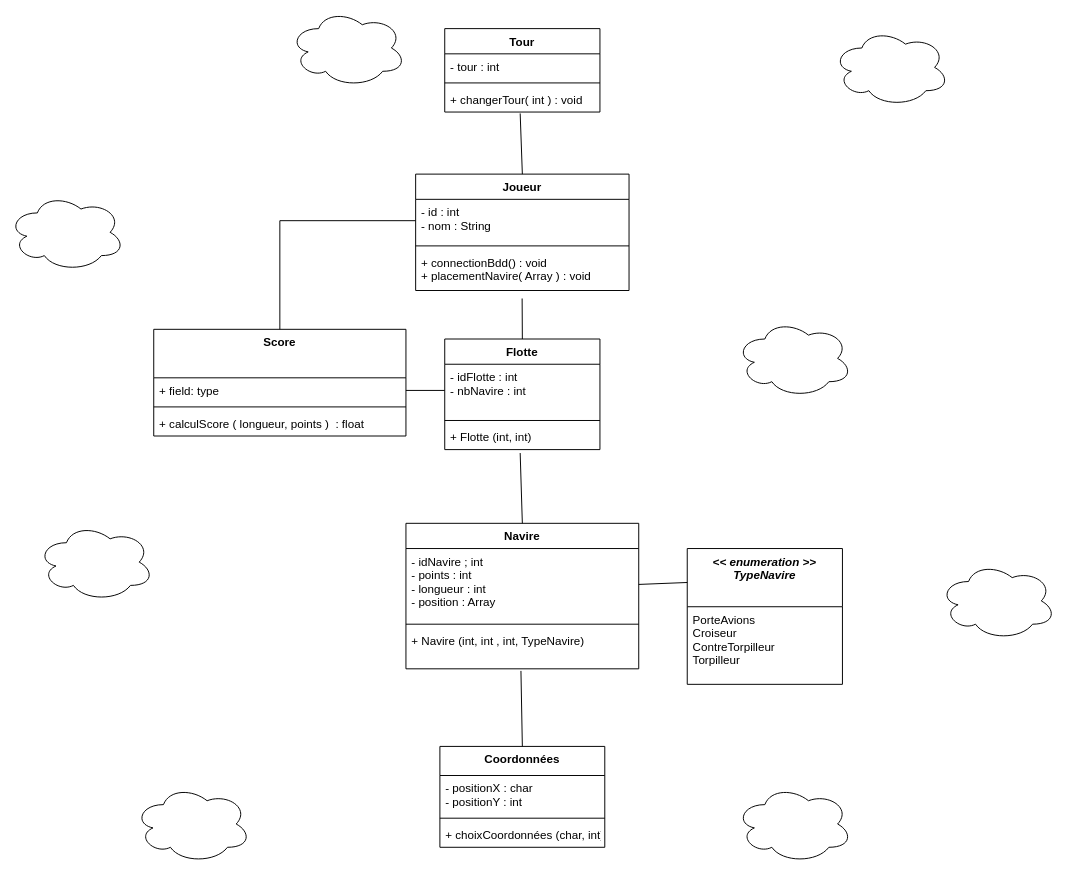
This is diagrammes/uml/diagrammesDeClasses.drawio from Shaxens/Bataille-navale, a draw.io file, before an edit. Source tidied: cells renumbered, new cells numbered last; positions are measured from the earlier drawing's top-left corner, leaving out a move shared by most shapes. Both pictures are drawn from the tidied source at 97%, with x=0, y=0 at pixel (8, 9).
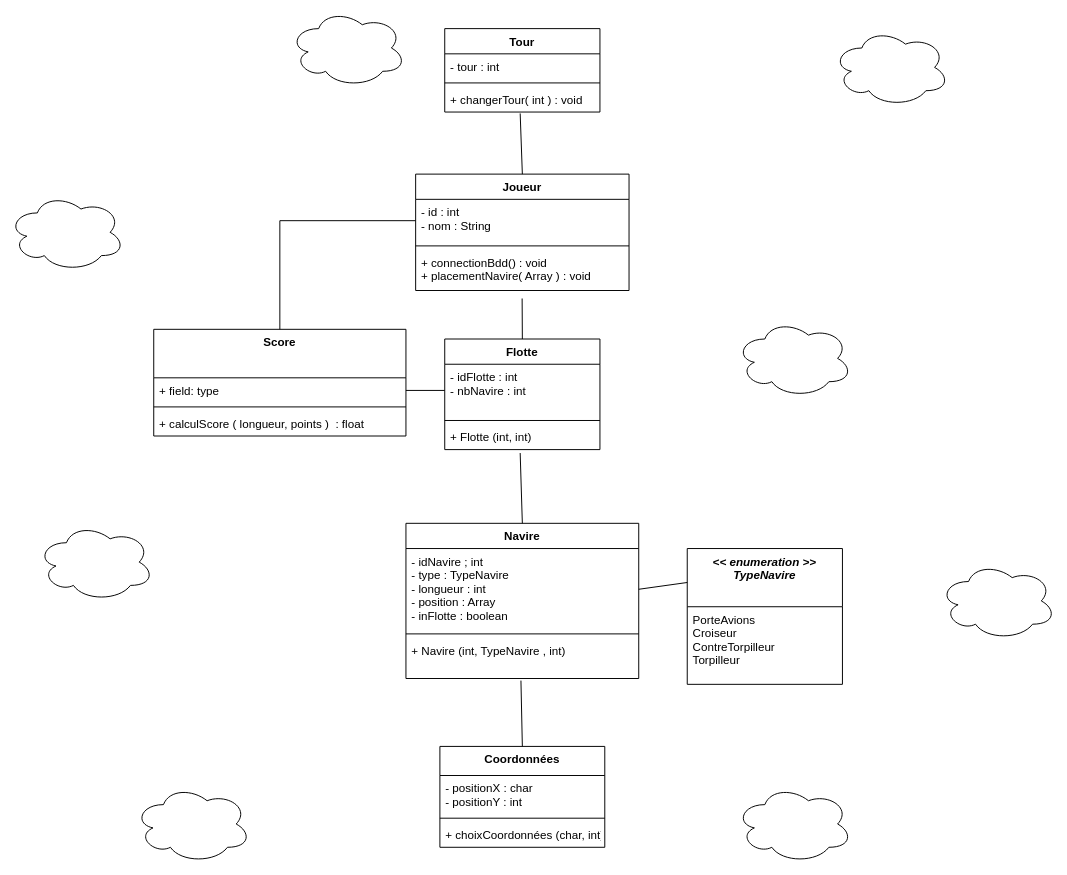
Above is the later version.

Commit message (it also covers changes not shown here):
On avance dans les classes et création de la bdd

The edit, as a diff of the source:
```diff
@@
     <mxCell id="2" value="Navire" style="swimlane;fontStyle=1;align=center;verticalAlign=top;horizontal=1;startSize=26;" parent="1" vertex="1">
-      <mxGeometry x="410" y="530" width="240" height="150" as="geometry" />
+      <mxGeometry x="410" y="530" width="240" height="160" as="geometry" />
     </mxCell>
-    <mxCell id="3" value="- idNavire ; int&#10;- points : int&#10;- longueur : int&#10;- position : Array" style="text;strokeColor=none;fillColor=none;align=left;verticalAlign=top;spacingLeft=4;spacingRight=4;overflow=hidden;points=[[0,0.5],[1,0.5]];portConstraint=eastwest;" parent="2" vertex="1">
-      <mxGeometry y="26" width="240" height="74" as="geometry" />
+    <mxCell id="3" value="- idNavire ; int&#10;- type : TypeNavire&#10;- longueur : int&#10;- position : Array&#10;- inFlotte : boolean" style="text;strokeColor=none;fillColor=none;align=left;verticalAlign=top;spacingLeft=4;spacingRight=4;overflow=hidden;points=[[0,0.5],[1,0.5]];portConstraint=eastwest;" parent="2" vertex="1">
+      <mxGeometry y="26" width="240" height="84" as="geometry" />
     </mxCell>
     <mxCell id="4" style="line;strokeWidth=1;fillColor=none;align=left;verticalAlign=middle;spacingTop=-1;spacingLeft=3;spacingRight=3;labelPosition=right;" parent="2" vertex="1">
-      <mxGeometry y="100" width="240" height="8" as="geometry" />
+      <mxGeometry y="110" width="240" height="8" as="geometry" />
     </mxCell>
-    <mxCell id="5" value="+ Navire (int, int , int, TypeNavire)" style="text;strokeColor=none;fillColor=none;align=left;verticalAlign=top;spacingLeft=4;spacingRight=4;overflow=hidden;points=[[0,0.5],[1,0.5]];portConstraint=eastwest;" parent="2" vertex="1">
-      <mxGeometry y="108" width="240" height="42" as="geometry" />
+    <mxCell id="5" value="+ Navire (int, TypeNavire , int)" style="text;strokeColor=none;fillColor=none;align=left;verticalAlign=top;spacingLeft=4;spacingRight=4;overflow=hidden;points=[[0,0.5],[1,0.5]];portConstraint=eastwest;" parent="2" vertex="1">
+      <mxGeometry y="118" width="240" height="42" as="geometry" />
     </mxCell>
```
